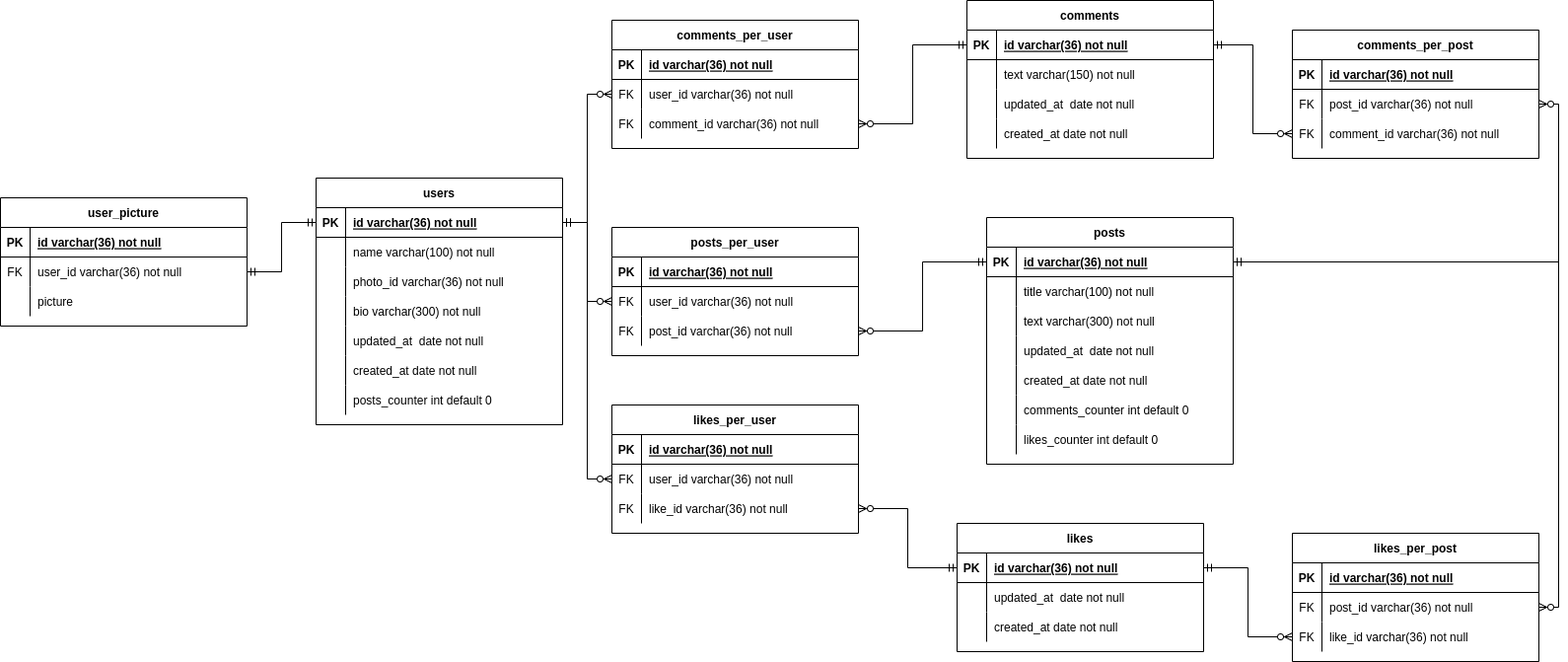
The draw.io diagram rails-blog-db.drawio.png in wickathou/rails-blog, before a commit. Source tidied: cells renumbered, new cells last; positions are measured from the earlier drawing's top-left corner, leaving out a move shared by most shapes.
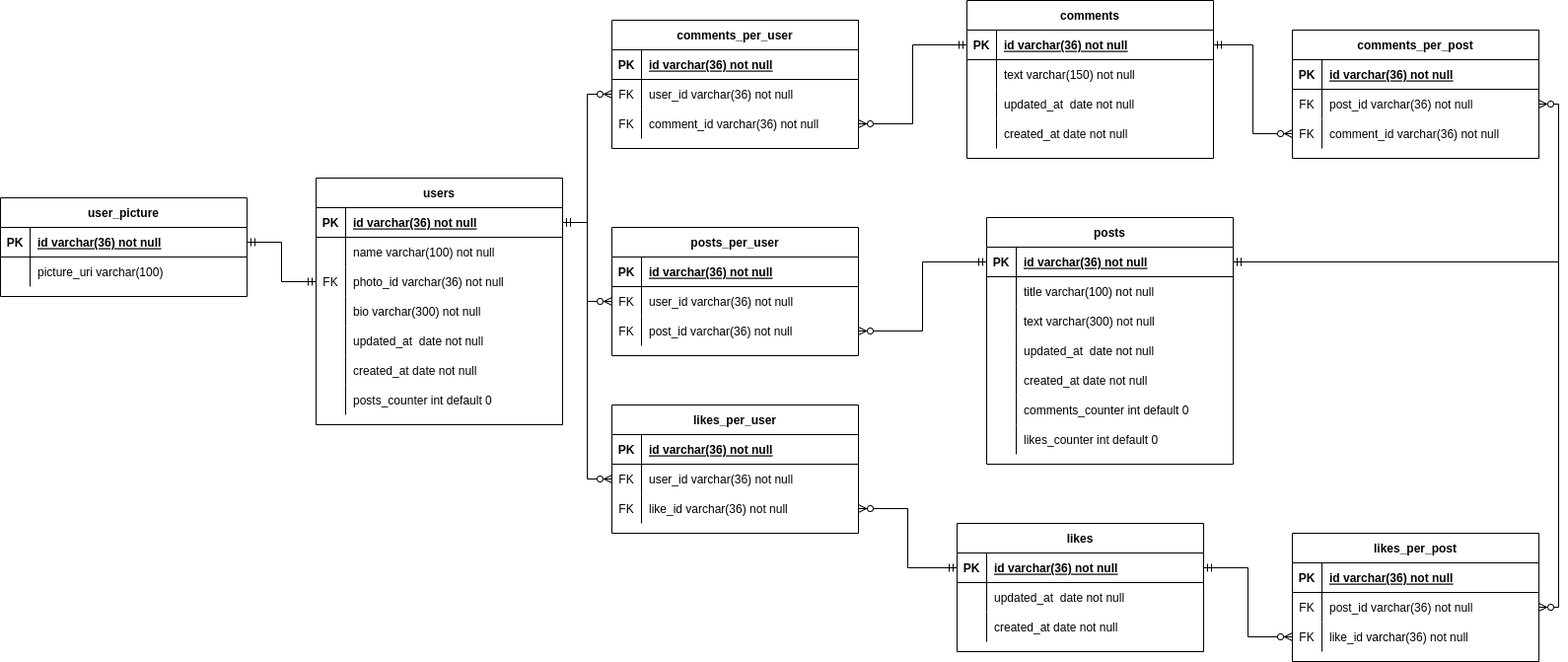
The same diagram one commit later.

What changed in the source:
```diff
@@ -26,7 +26,7 @@
     <mxCell id="9" style="shape=partialRectangle;fillColor=none;points=[[0,0.5],[1,0.5]];portConstraint=eastwest;top=0;left=0;right=0;bottom=0;" parent="2" vertex="1">
       <mxGeometry y="90" width="250" height="30" as="geometry" />
     </mxCell>
-    <mxCell id="10" style="shape=partialRectangle;overflow=hidden;fillColor=none;top=0;left=0;bottom=0;right=0;" parent="9" vertex="1">
+    <mxCell id="10" value="FK" style="shape=partialRectangle;overflow=hidden;fillColor=none;top=0;left=0;bottom=0;right=0;" parent="9" vertex="1">
       <mxGeometry width="30" height="30" as="geometry" />
     </mxCell>
     <mxCell id="11" value="photo_id varchar(36) not null" style="shape=partialRectangle;overflow=hidden;fillColor=none;top=0;left=0;bottom=0;right=0;align=left;spacingLeft=6;" parent="9" vertex="1">
@@ -384,7 +384,7 @@
       <mxGeometry relative="1" as="geometry" />
     </mxCell>
     <mxCell id="129" value="user_picture" style="shape=table;startSize=30;rowLines=0;fontStyle=1;align=center;" parent="1" vertex="1">
-      <mxGeometry y="200" width="250" height="130" as="geometry" />
+      <mxGeometry y="200" width="250" height="100" as="geometry" />
     </mxCell>
     <mxCell id="130" style="shape=partialRectangle;fillColor=none;points=[[0,0.5],[1,0.5]];portConstraint=eastwest;top=0;left=0;right=0;bottom=1;" parent="129" vertex="1">
       <mxGeometry y="30" width="250" height="30" as="geometry" />
@@ -395,26 +395,20 @@
     <mxCell id="132" value="id varchar(36) not null" style="shape=partialRectangle;overflow=hidden;fillColor=none;top=0;left=0;bottom=0;right=0;align=left;spacingLeft=6;fontStyle=5;" parent="130" vertex="1">
       <mxGeometry x="30" width="220" height="30" as="geometry" />
     </mxCell>
-    <mxCell id="133" style="shape=partialRectangle;fillColor=none;points=[[0,0.5],[1,0.5]];portConstraint=eastwest;top=0;left=0;right=0;bottom=0;" parent="129" vertex="1">
-      <mxGeometry y="60" width="250" height="30" as="geometry" />
-    </mxCell>
-    <mxCell id="134" value="FK" style="shape=partialRectangle;overflow=hidden;fillColor=none;top=0;left=0;bottom=0;right=0;" parent="133" vertex="1">
-      <mxGeometry width="30" height="30" as="geometry" />
-    </mxCell>
-    <mxCell id="135" value="user_id varchar(36) not null" style="shape=partialRectangle;overflow=hidden;fillColor=none;top=0;left=0;bottom=0;right=0;align=left;spacingLeft=6;" parent="133" vertex="1">
-      <mxGeometry x="30" width="220" height="30" as="geometry" />
-    </mxCell>
     <mxCell id="136" style="shape=partialRectangle;fillColor=none;top=0;left=0;right=0;bottom=0;" parent="129" vertex="1">
-      <mxGeometry y="90" width="250" height="30" as="geometry" />
+      <mxGeometry y="60" width="250" height="30" as="geometry" />
     </mxCell>
     <mxCell id="137" style="shape=partialRectangle;overflow=hidden;fillColor=none;top=0;left=0;bottom=0;right=0;" parent="136" vertex="1">
       <mxGeometry width="30" height="30" as="geometry" />
     </mxCell>
-    <mxCell id="138" value="picture" style="shape=partialRectangle;overflow=hidden;fillColor=none;top=0;left=0;bottom=0;right=0;align=left;spacingLeft=6;" parent="136" vertex="1">
+    <mxCell id="138" value="picture_uri varchar(100)" style="shape=partialRectangle;overflow=hidden;fillColor=none;top=0;left=0;bottom=0;right=0;align=left;spacingLeft=6;" parent="136" vertex="1">
       <mxGeometry x="30" width="220" height="30" as="geometry" />
     </mxCell>
-    <mxCell id="139" style="edgeStyle=orthogonalEdgeStyle;rounded=0;jettySize=auto;html=1;exitX=1;exitY=0.5;exitDx=0;exitDy=0;entryX=0;entryY=0.5;entryDx=0;entryDy=0;endArrow=ERmandOne;endFill=0;startArrow=ERmandOne;startFill=0;" parent="1" edge="1" source="133" target="3">
+    <mxCell id="139" style="edgeStyle=orthogonalEdgeStyle;rounded=0;jettySize=auto;html=1;exitX=1;exitY=0.5;exitDx=0;exitDy=0;entryX=0;entryY=0.5;entryDx=0;entryDy=0;endArrow=ERmandOne;endFill=0;startArrow=ERmandOne;startFill=0;" parent="1" edge="1" source="x" target="9">
       <mxGeometry relative="1" as="geometry" />
     </mxCell>
+    <mxCell id="140" style="edgeStyle=orthogonalEdgeStyle;rounded=0;jettySize=auto;html=1;exitX=1;exitY=0.5;exitDx=0;exitDy=0;entryX=0;entryY=0.5;entryDx=0;entryDy=0;startArrow=ERmandOne;startFill=0;endArrow=ERmandOne;endFill=0;" parent="1" edge="1" source="130" target="9">
+      <mxGeometry relative="1" as="geometry" />
+    </mxCell>
   </root>
 </mxGraphModel>
```
